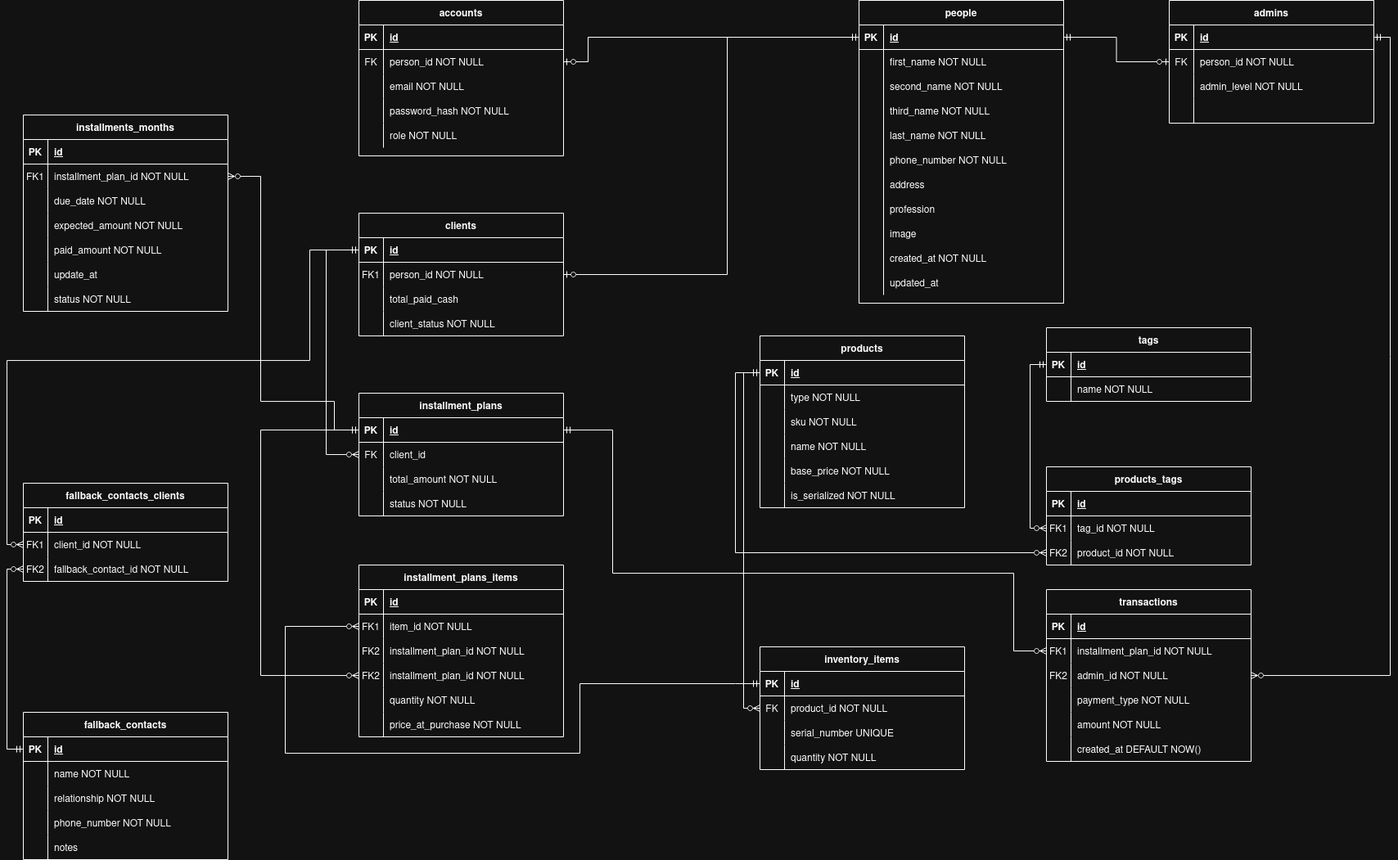
The draw.io diagram installments.drawio.png in ammar-elmesaly/Installments-System, before a commit. Source tidied: cells renumbered, new cells last; positions are measured from the earlier drawing's top-left corner, leaving out a move shared by most shapes.
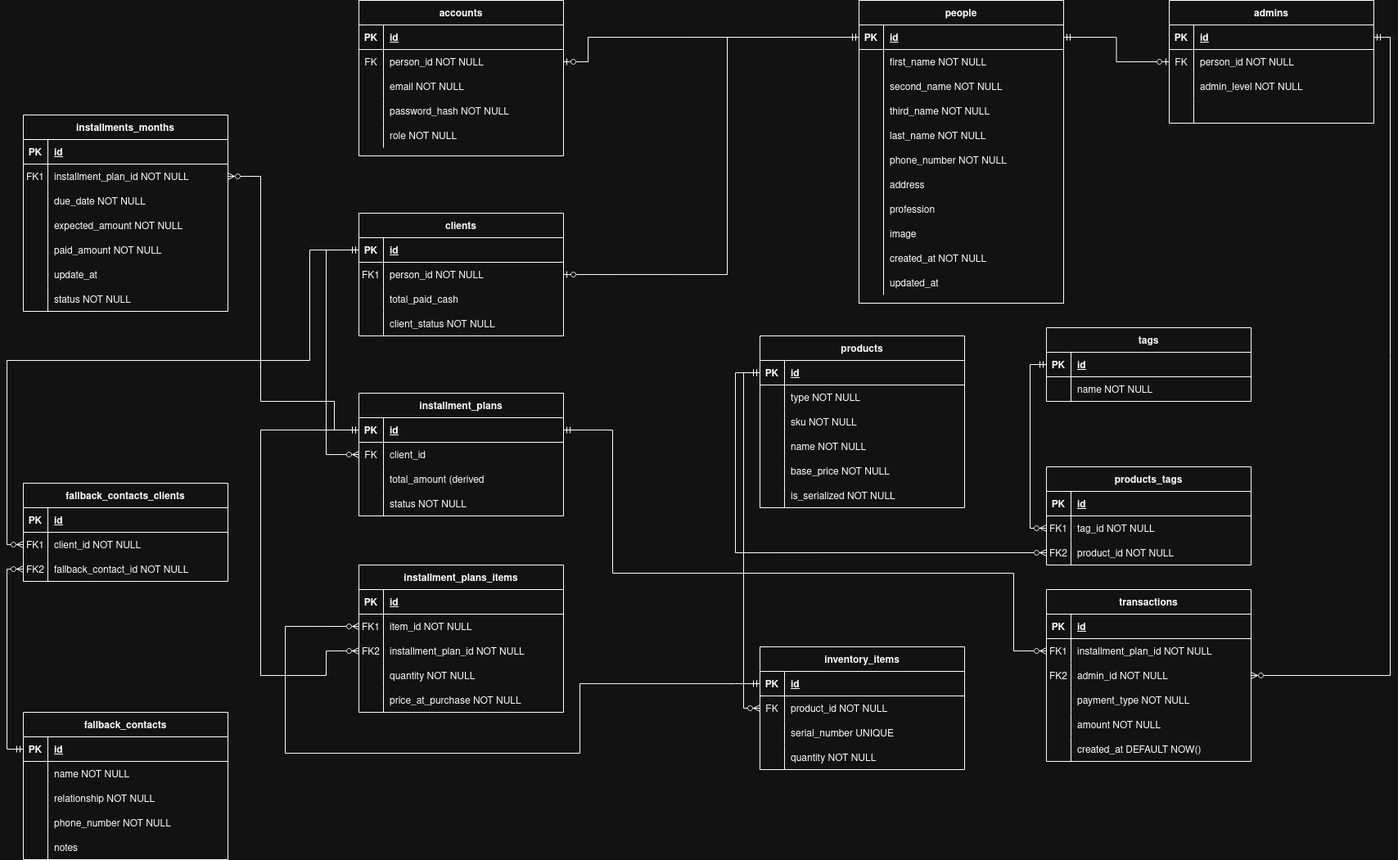
The same diagram one commit later.

Change to the diagram source:
```diff
@@ -234,7 +234,7 @@
     <mxCell id="75" style="shape=partialRectangle;overflow=hidden;fillColor=none;top=0;left=0;bottom=0;right=0;" parent="74" vertex="1">
       <mxGeometry width="30" height="30" as="geometry" />
     </mxCell>
-    <mxCell id="76" value="total_amount NOT NULL" style="shape=partialRectangle;overflow=hidden;fillColor=none;top=0;left=0;bottom=0;right=0;align=left;spacingLeft=6;" parent="74" vertex="1">
+    <mxCell id="76" value="total_amount (derived" style="shape=partialRectangle;overflow=hidden;fillColor=none;top=0;left=0;bottom=0;right=0;align=left;spacingLeft=6;" parent="74" vertex="1">
       <mxGeometry x="30" width="220" height="30" as="geometry" />
     </mxCell>
     <mxCell id="77" style="shape=partialRectangle;fillColor=none;top=0;left=0;right=0;bottom=0;" parent="67" vertex="1">
@@ -450,7 +450,7 @@
       </mxGeometry>
     </mxCell>
     <mxCell id="146" value="installment_plans_items" style="shape=table;startSize=30;rowLines=0;fontStyle=1;align=center;" parent="1" vertex="1">
-      <mxGeometry x="430" y="690" width="250" height="210" as="geometry" />
+      <mxGeometry x="430" y="690" width="250" height="180" as="geometry" />
     </mxCell>
     <mxCell id="147" style="shape=partialRectangle;fillColor=none;top=0;left=0;right=0;bottom=1;" parent="146" vertex="1">
       <mxGeometry y="30" width="250" height="30" as="geometry" />
@@ -470,17 +470,8 @@
     <mxCell id="152" value="item_id NOT NULL" style="shape=partialRectangle;overflow=hidden;fillColor=none;top=0;left=0;bottom=0;right=0;align=left;spacingLeft=6;" parent="150" vertex="1">
       <mxGeometry x="30" width="220" height="30" as="geometry" />
     </mxCell>
-    <mxCell id="153" style="shape=partialRectangle;fillColor=none;top=0;left=0;right=0;bottom=0;" parent="146" vertex="1">
-      <mxGeometry y="90" width="250" height="30" as="geometry" />
-    </mxCell>
-    <mxCell id="154" value="FK2" style="shape=partialRectangle;overflow=hidden;fillColor=none;top=0;left=0;bottom=0;right=0;" parent="153" vertex="1">
-      <mxGeometry width="30" height="30" as="geometry" />
-    </mxCell>
-    <mxCell id="155" value="installment_plan_id NOT NULL" style="shape=partialRectangle;overflow=hidden;fillColor=none;top=0;left=0;bottom=0;right=0;align=left;spacingLeft=6;" parent="153" vertex="1">
-      <mxGeometry x="30" width="220" height="30" as="geometry" />
-    </mxCell>
     <mxCell id="156" style="shape=partialRectangle;fillColor=none;points=[[0,0.5],[1,0.5]];portConstraint=eastwest;top=0;left=0;right=0;bottom=0;" parent="146" vertex="1">
-      <mxGeometry y="120" width="250" height="30" as="geometry" />
+      <mxGeometry y="90" width="250" height="30" as="geometry" />
     </mxCell>
     <mxCell id="157" value="FK2" style="shape=partialRectangle;overflow=hidden;fillColor=none;top=0;left=0;bottom=0;right=0;" parent="156" vertex="1">
       <mxGeometry width="30" height="30" as="geometry" />
@@ -489,7 +480,7 @@
       <mxGeometry x="30" width="220" height="30" as="geometry" />
     </mxCell>
     <mxCell id="159" style="shape=partialRectangle;fillColor=none;top=0;left=0;right=0;bottom=0;" parent="146" vertex="1">
-      <mxGeometry y="150" width="250" height="30" as="geometry" />
+      <mxGeometry y="120" width="250" height="30" as="geometry" />
     </mxCell>
     <mxCell id="160" style="shape=partialRectangle;overflow=hidden;fillColor=none;top=0;left=0;bottom=0;right=0;" parent="159" vertex="1">
       <mxGeometry width="30" height="30" as="geometry" />
@@ -498,7 +489,7 @@
       <mxGeometry x="30" width="220" height="30" as="geometry" />
     </mxCell>
     <mxCell id="162" style="shape=partialRectangle;fillColor=none;top=0;left=0;right=0;bottom=0;" parent="146" vertex="1">
-      <mxGeometry y="180" width="250" height="30" as="geometry" />
+      <mxGeometry y="150" width="250" height="30" as="geometry" />
     </mxCell>
     <mxCell id="163" style="shape=partialRectangle;overflow=hidden;fillColor=none;top=0;left=0;bottom=0;right=0;" parent="162" vertex="1">
       <mxGeometry width="30" height="30" as="geometry" />
@@ -511,6 +502,8 @@
         <Array as="points">
           <mxPoint x="310" y="525" />
           <mxPoint x="310" y="825" />
+          <mxPoint x="390" y="825" />
+          <mxPoint x="390" y="795" />
         </Array>
       </mxGeometry>
     </mxCell>
```
